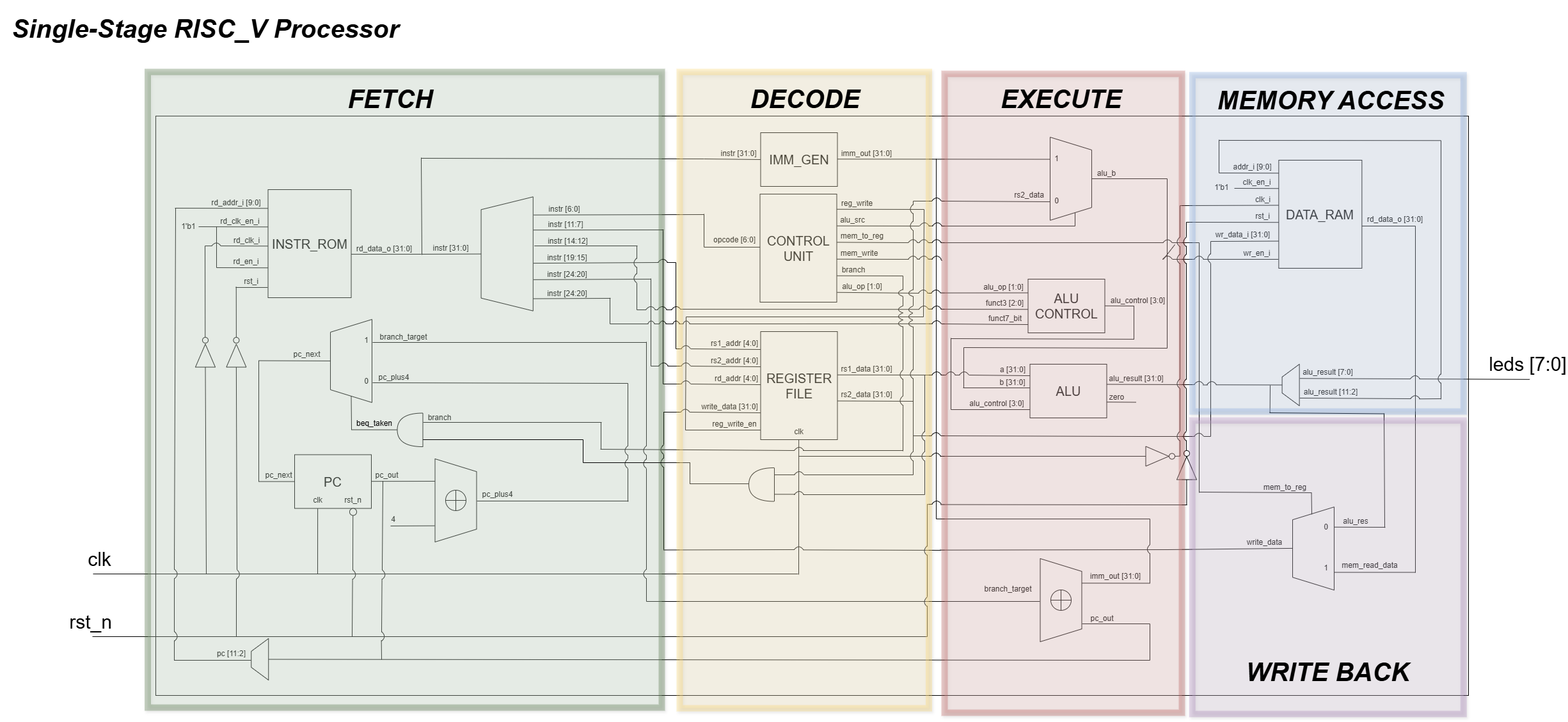
Before: Single-Stage RISC-V Processor/images/architecture.png, a diagram exported from draw.io (MH-Electronic/RISC-V-Processor-Design). Source tidied: cells renumbered, new cells last; positions are measured from the earlier drawing's top-left corner, leaving out a move shared by most shapes.
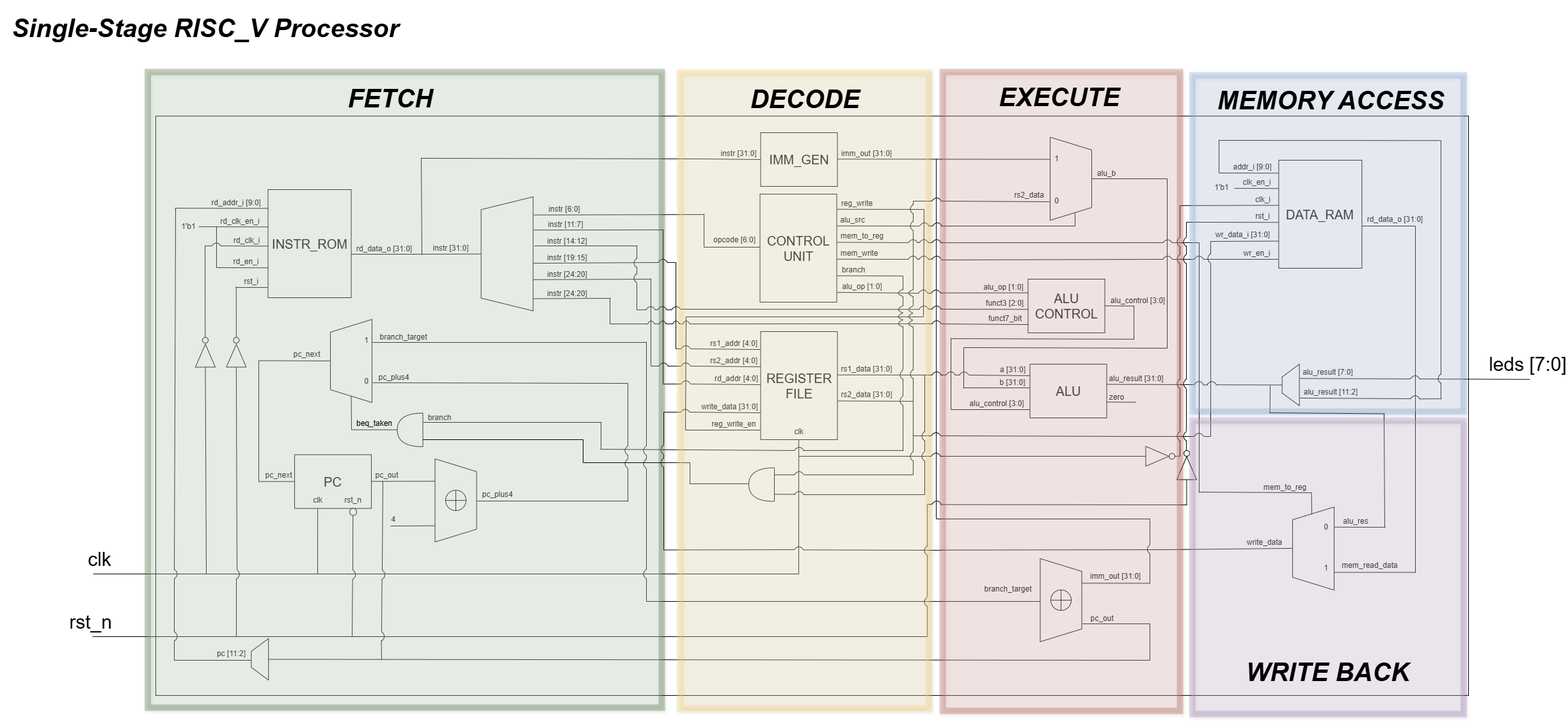
Later version of the same file.

Change to the diagram source:
```diff
@@ -1206,7 +1206,7 @@
     </mxCell>
     <mxCell id="196" style="endArrow=none;html=1;rounded=0;fontSize=12;startSize=8;endSize=8;curved=1;" parent="1" edge="1">
       <mxGeometry relative="1" as="geometry">
-        <mxPoint x="1836" y="382" as="sourcePoint" />
+        <mxPoint x="1471" y="406" as="sourcePoint" />
         <mxPoint x="1818" y="405" as="targetPoint" />
       </mxGeometry>
     </mxCell>
@@ -2363,7 +2363,7 @@
     </mxCell>
     <mxCell id="410" style="endArrow=none;html=1;rounded=0;fontSize=12;startSize=8;endSize=8;curved=1;" parent="1" edge="1">
       <mxGeometry relative="1" as="geometry">
-        <mxPoint x="1470" y="404.8" as="sourcePoint" />
+        <mxPoint x="1471" y="405" as="sourcePoint" />
         <mxPoint x="1472" y="407.1" as="targetPoint" />
       </mxGeometry>
     </mxCell>
@@ -2494,22 +2494,22 @@
       </mxGeometry>
     </mxCell>
     <mxCell id="434" style="group;" parent="1" vertex="1">
-      <mxGeometry x="1476" y="115" width="371" height="999" as="geometry" />
+      <mxGeometry x="1062" y="112" width="389.5" height="995" as="geometry" />
     </mxCell>
-    <mxCell id="435" style="rounded=0;whiteSpace=wrap;html=1;fillColor=#F8CECC;strokeWidth=10;strokeColor=#b85450;opacity=30;shadow=1;" parent="434" vertex="1">
-      <mxGeometry width="371" height="999" as="geometry" />
+    <mxCell id="435" style="rounded=0;whiteSpace=wrap;html=1;fillColor=#FFF2CC;strokeWidth=10;strokeColor=#FFD966;opacity=30;shadow=1;" parent="434" vertex="1">
+      <mxGeometry width="389.5" height="995" as="geometry" />
     </mxCell>
-    <mxCell id="436" value="&lt;font style=&quot;font-size: 40px; color: rgb(0, 0, 0);&quot;&gt;&lt;b style=&quot;&quot;&gt;&lt;i style=&quot;&quot;&gt;EXECUTE&lt;/i&gt;&lt;/b&gt;&lt;/font&gt;" style="text;html=1;whiteSpace=wrap;strokeColor=none;fillColor=none;align=center;verticalAlign=middle;rounded=0;" parent="434" vertex="1">
-      <mxGeometry x="46.4" y="-6" width="273.2" height="89.2" as="geometry" />
+    <mxCell id="436" value="&lt;font style=&quot;font-size: 40px; color: rgb(0, 0, 0);&quot;&gt;&lt;b style=&quot;&quot;&gt;&lt;i style=&quot;&quot;&gt;DECODE&lt;/i&gt;&lt;/b&gt;&lt;/font&gt;" style="text;html=1;whiteSpace=wrap;strokeColor=none;fillColor=none;align=center;verticalAlign=middle;rounded=0;" parent="434" vertex="1">
+      <mxGeometry x="66.7" y="-1.9" width="258.1" height="88.6" as="geometry" />
     </mxCell>
     <mxCell id="437" style="group;" parent="1" vertex="1">
-      <mxGeometry x="1062" y="112" width="389.5" height="995" as="geometry" />
+      <mxGeometry x="1473" y="112" width="371" height="999" as="geometry" />
     </mxCell>
-    <mxCell id="438" style="rounded=0;whiteSpace=wrap;html=1;fillColor=#FFF2CC;strokeWidth=10;strokeColor=#FFD966;opacity=30;shadow=1;" parent="437" vertex="1">
-      <mxGeometry width="389.5" height="995" as="geometry" />
+    <mxCell id="438" style="rounded=0;whiteSpace=wrap;html=1;fillColor=#F8CECC;strokeWidth=10;strokeColor=#b85450;opacity=30;shadow=1;" parent="437" vertex="1">
+      <mxGeometry width="371" height="999" as="geometry" />
     </mxCell>
-    <mxCell id="439" value="&lt;font style=&quot;font-size: 40px; color: rgb(0, 0, 0);&quot;&gt;&lt;b style=&quot;&quot;&gt;&lt;i style=&quot;&quot;&gt;DECODE&lt;/i&gt;&lt;/b&gt;&lt;/font&gt;" style="text;html=1;whiteSpace=wrap;strokeColor=none;fillColor=none;align=center;verticalAlign=middle;rounded=0;" parent="437" vertex="1">
-      <mxGeometry x="66.7" y="-1.9" width="258.1" height="88.6" as="geometry" />
+    <mxCell id="439" value="&lt;font style=&quot;font-size: 40px; color: rgb(0, 0, 0);&quot;&gt;&lt;b style=&quot;&quot;&gt;&lt;i style=&quot;&quot;&gt;EXECUTE&lt;/i&gt;&lt;/b&gt;&lt;/font&gt;" style="text;html=1;whiteSpace=wrap;strokeColor=none;fillColor=none;align=center;verticalAlign=middle;rounded=0;" parent="437" vertex="1">
+      <mxGeometry x="46.4" y="-6" width="273.2" height="89.2" as="geometry" />
     </mxCell>
   </root>
 </mxGraphModel>
```
